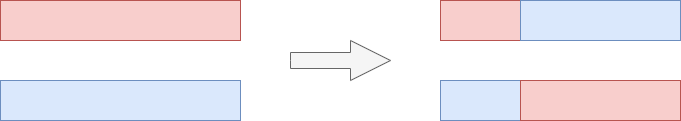
Before: layout/crossover.png, a diagram exported from draw.io (RaySinnema/architecture-diagrams). Source tidied: cells renumbered, new cells last; positions are measured from the earlier drawing's top-left corner, leaving out a move shared by most shapes. Its diagram source:
```xml
<mxGraphModel>
  <root>
    <mxCell id="0" />
    <mxCell id="1" parent="0" />
    <mxCell id="2" style="rounded=0;whiteSpace=wrap;html=1;fillColor=#f8cecc;strokeColor=#b85450;" parent="1" vertex="1">
      <mxGeometry width="240" height="40" as="geometry" />
    </mxCell>
    <mxCell id="3" style="rounded=0;whiteSpace=wrap;html=1;fillColor=#dae8fc;strokeColor=#6c8ebf;" parent="1" vertex="1">
      <mxGeometry y="80" width="240" height="40" as="geometry" />
    </mxCell>
    <mxCell id="4" style="html=1;shadow=0;dashed=0;align=center;verticalAlign=middle;shape=mxgraph.arrows2.arrow;dy=0.6;dx=40;notch=0;fillColor=#f5f5f5;fontColor=#333333;strokeColor=#666666;" parent="1" vertex="1">
      <mxGeometry x="290" y="40" width="100" height="40" as="geometry" />
    </mxCell>
    <mxCell id="5" style="rounded=0;whiteSpace=wrap;html=1;fillColor=#f8cecc;strokeColor=#b85450;" parent="1" vertex="1">
      <mxGeometry x="440" width="80" height="40" as="geometry" />
    </mxCell>
    <mxCell id="6" style="rounded=0;whiteSpace=wrap;html=1;fillColor=#dae8fc;strokeColor=#6c8ebf;" parent="1" vertex="1">
      <mxGeometry x="440" y="80" width="80" height="40" as="geometry" />
    </mxCell>
    <mxCell id="7" style="rounded=0;whiteSpace=wrap;html=1;fillColor=#dae8fc;strokeColor=#6c8ebf;" parent="1" vertex="1">
      <mxGeometry x="520" width="160" height="40" as="geometry" />
    </mxCell>
    <mxCell id="8" style="rounded=0;whiteSpace=wrap;html=1;fillColor=#f8cecc;strokeColor=#b85450;" parent="1" vertex="1">
      <mxGeometry x="520" y="80" width="160" height="40" as="geometry" />
    </mxCell>
  </root>
</mxGraphModel>
```
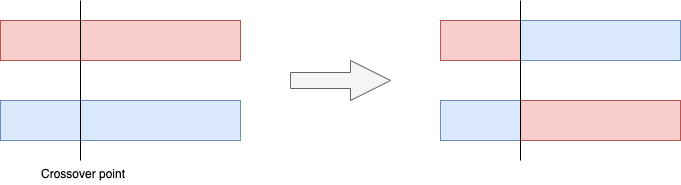
The same diagram one commit later.

Change to the diagram source:
```diff
@@ -23,5 +23,20 @@
     <mxCell id="8" style="rounded=0;whiteSpace=wrap;html=1;fillColor=#f8cecc;strokeColor=#b85450;" parent="1" vertex="1">
       <mxGeometry x="520" y="80" width="160" height="40" as="geometry" />
     </mxCell>
+    <mxCell id="9" style="endArrow=none;html=1;rounded=0;" parent="1" edge="1">
+      <mxGeometry relative="1" as="geometry">
+        <mxPoint x="80" y="140" as="sourcePoint" />
+        <mxPoint x="80" y="-20" as="targetPoint" />
+      </mxGeometry>
+    </mxCell>
+    <mxCell id="10" value="Crossover point" style="text;html=1;strokeColor=none;fillColor=none;align=center;verticalAlign=middle;whiteSpace=wrap;rounded=0;" parent="1" vertex="1">
+      <mxGeometry x="38" y="144" width="90" height="20" as="geometry" />
+    </mxCell>
+    <mxCell id="11" style="endArrow=none;html=1;rounded=0;" parent="1" edge="1">
+      <mxGeometry relative="1" as="geometry">
+        <mxPoint x="520" y="140" as="sourcePoint" />
+        <mxPoint x="520" y="-20" as="targetPoint" />
+      </mxGeometry>
+    </mxCell>
   </root>
 </mxGraphModel>
```
